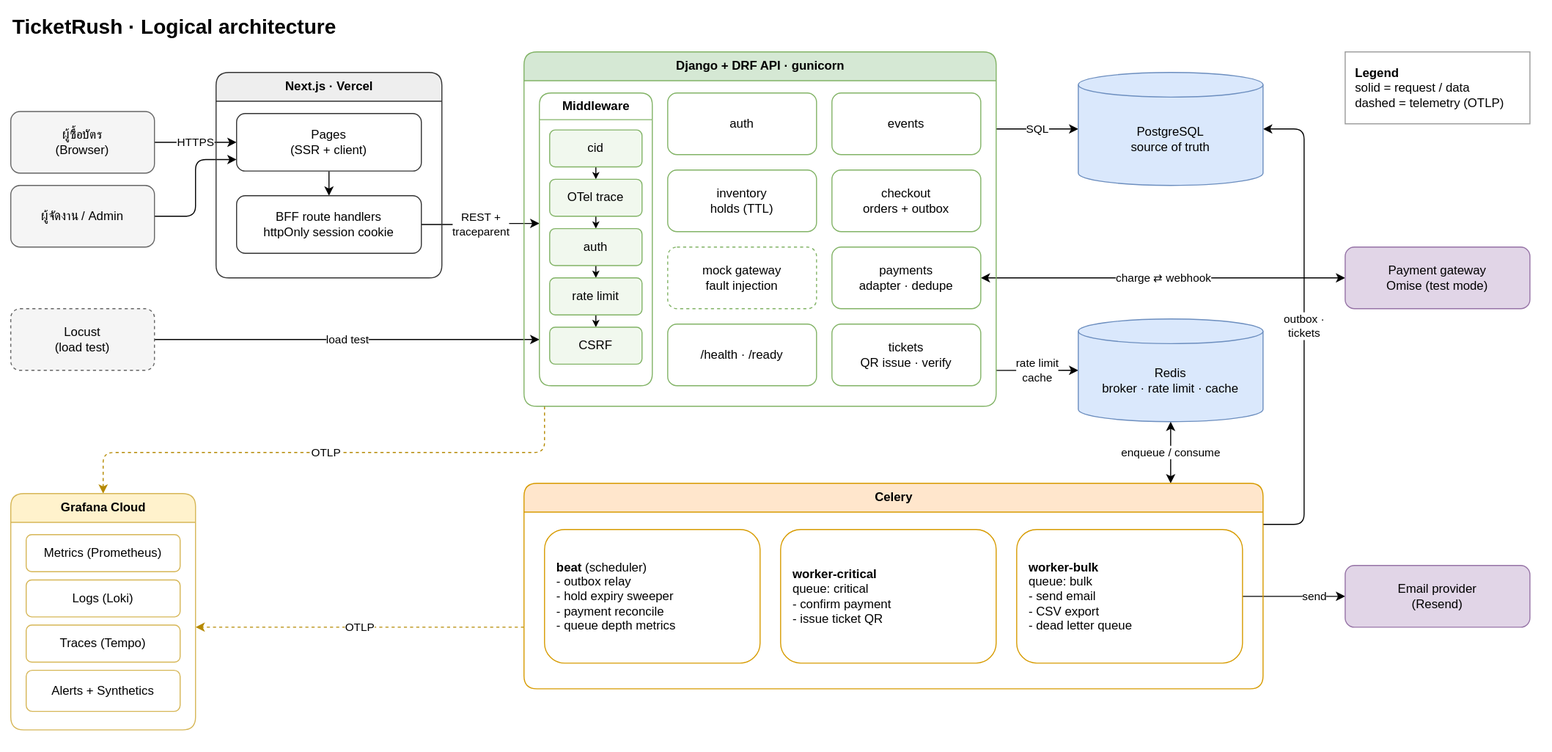
Earlier version of the draw.io export docs/diagrams/architecture.drawio.svg (NaphatJM/ticketrush). Source tidied: cells renumbered, new cells last; positions are measured from the earlier drawing's top-left corner, leaving out a move shared by most shapes.
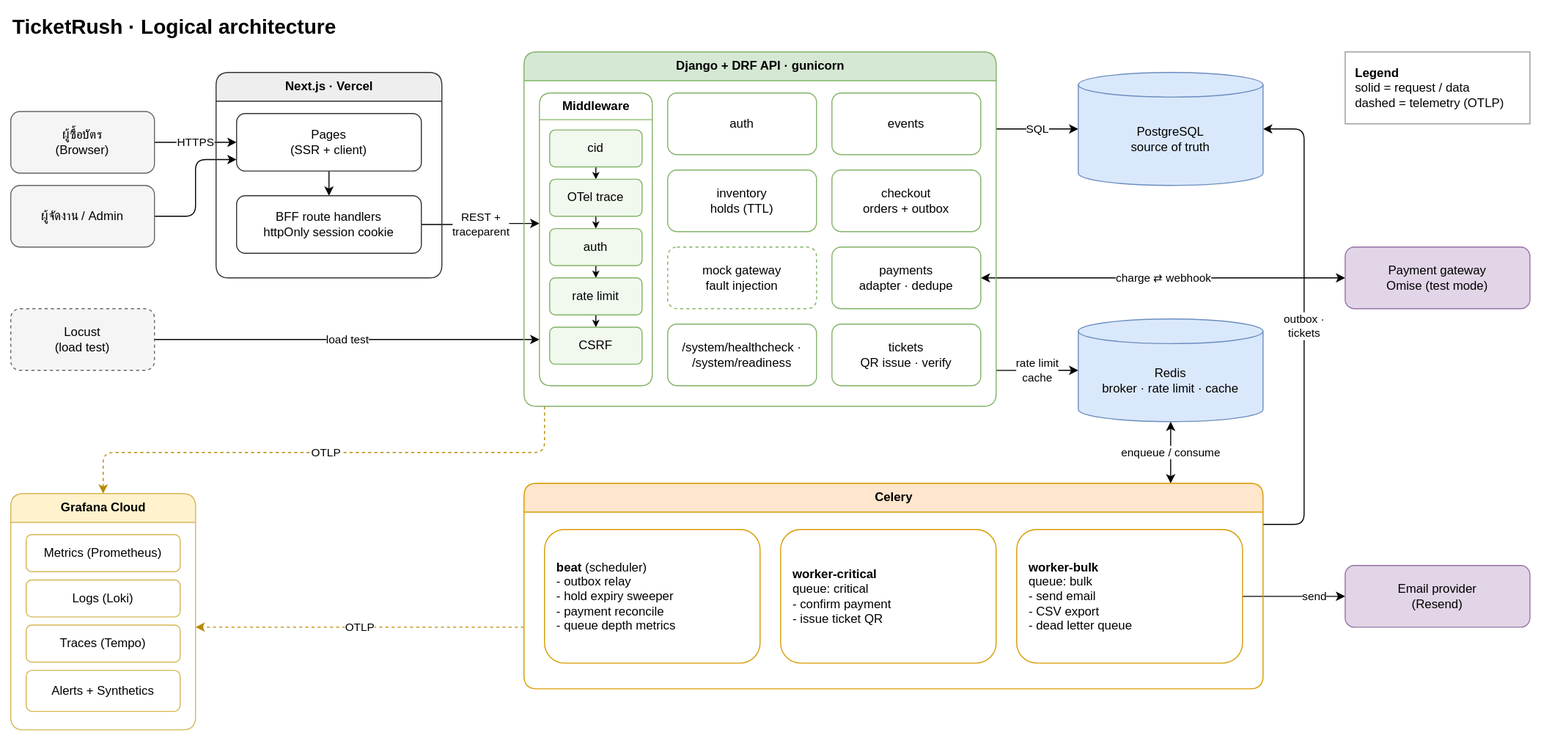
After the commit.

What changed in the source:
```diff
@@ -127,7 +127,7 @@
     <mxCell id="40" value="payments&lt;br&gt;adapter · dedupe" style="rounded=1;whiteSpace=wrap;html=1;fillColor=#ffffff;strokeColor=#82b366;" parent="28" vertex="1">
       <mxGeometry x="300" y="190" width="145" height="60" as="geometry" />
     </mxCell>
-    <mxCell id="41" value="/health · /ready" style="rounded=1;whiteSpace=wrap;html=1;fillColor=#ffffff;strokeColor=#82b366;" parent="28" vertex="1">
+    <mxCell id="41" value="/system/healthcheck · /system/readiness" style="rounded=1;whiteSpace=wrap;html=1;fillColor=#ffffff;strokeColor=#82b366;" parent="28" vertex="1">
       <mxGeometry x="140" y="265" width="145" height="60" as="geometry" />
     </mxCell>
     <mxCell id="42" value="tickets&lt;br&gt;QR issue · verify" style="rounded=1;whiteSpace=wrap;html=1;fillColor=#ffffff;strokeColor=#82b366;" parent="28" vertex="1">
```
